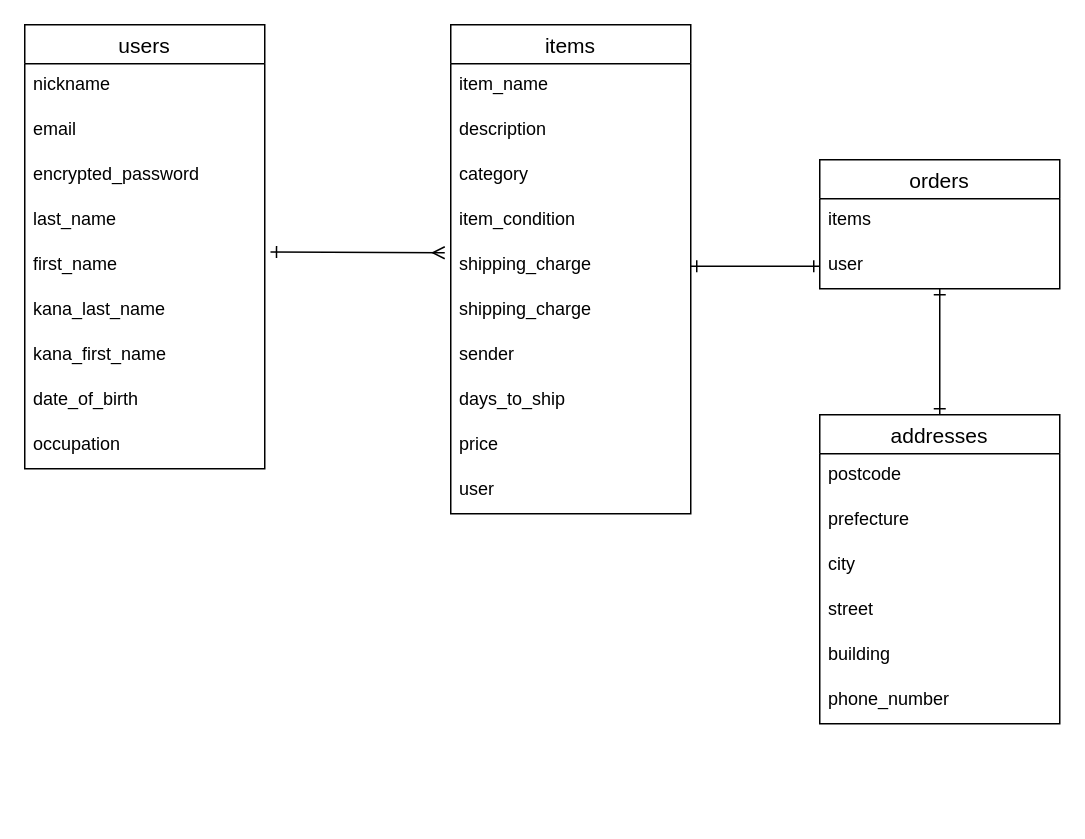
The draw.io diagram furima.dio in HirokoNagaya/furima-37808, before the edit. Source tidied: cells renumbered, new cells numbered last; positions are measured from the earlier drawing's top-left corner, leaving out a move shared by most shapes. Both pictures are drawn from the tidied source at 150%, with x=0, y=0 at pixel (24, 24).
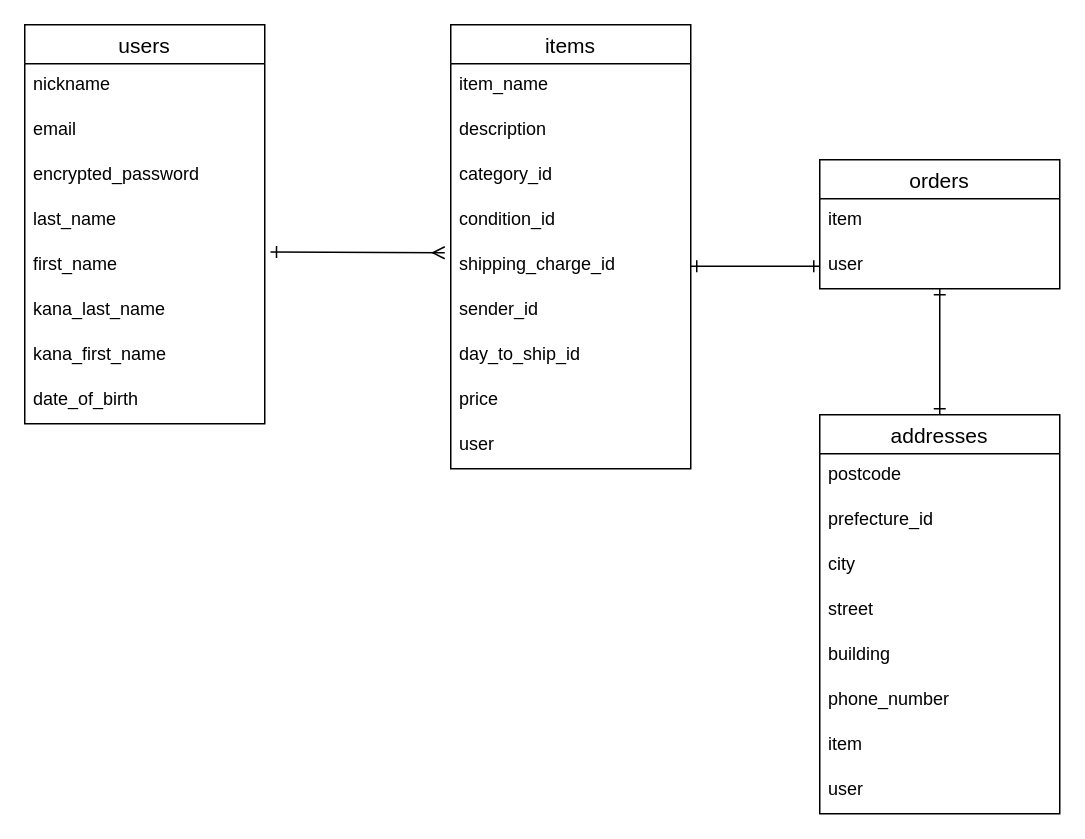
The same page after the edit.

Commit message (it also covers changes not shown here):
ER図修正、README.md修正

Unchanged cells that the change refers to:
```xml
<mxCell id="23" value="orders" style="swimlane;fontStyle=0;horizontal=1;startSize=26;align=center;fontSize=14;" parent="1" vertex="1">
  <mxGeometry x="530" y="90" width="160" height="86" as="geometry" />
</mxCell>
```

Diff of the diagram source:
```diff
@@
     <mxCell id="2" value="users" style="swimlane;fontStyle=0;horizontal=1;startSize=26;align=center;fontSize=14;" parent="1" vertex="1">
-      <mxGeometry width="160" height="296" as="geometry" />
+      <mxGeometry width="160" height="266" as="geometry" />
     </mxCell>
@@
-    <mxCell id="11" value="occupation" style="text;strokeColor=none;fillColor=none;spacingLeft=4;spacingRight=4;overflow=hidden;fontSize=12;" parent="2" vertex="1">
-      <mxGeometry y="266" width="160" height="30" as="geometry" />
-    </mxCell>
     <mxCell id="12" value="items" style="swimlane;fontStyle=0;horizontal=1;startSize=26;align=center;fontSize=14;" parent="1" vertex="1">
-      <mxGeometry x="284" width="160" height="326" as="geometry" />
+      <mxGeometry x="284" width="160" height="296" as="geometry" />
     </mxCell>
@@
-    <mxCell id="15" value="category" style="text;strokeColor=none;fillColor=none;spacingLeft=4;spacingRight=4;overflow=hidden;fontSize=12;" parent="12" vertex="1">
+    <mxCell id="15" value="category_id" style="text;strokeColor=none;fillColor=none;spacingLeft=4;spacingRight=4;overflow=hidden;fontSize=12;" parent="12" vertex="1">
       <mxGeometry y="86" width="160" height="30" as="geometry" />
     </mxCell>
-    <mxCell id="16" value="item_condition" style="text;strokeColor=none;fillColor=none;spacingLeft=4;spacingRight=4;overflow=hidden;fontSize=12;" parent="12" vertex="1">
+    <mxCell id="16" value="condition_id" style="text;strokeColor=none;fillColor=none;spacingLeft=4;spacingRight=4;overflow=hidden;fontSize=12;" parent="12" vertex="1">
       <mxGeometry y="116" width="160" height="30" as="geometry" />
     </mxCell>
-    <mxCell id="17" value="shipping_charge" style="text;strokeColor=none;fillColor=none;spacingLeft=4;spacingRight=4;overflow=hidden;points=[[0,0.5],[1,0.5]];portConstraint=eastwest;fontSize=12;" parent="12" vertex="1">
+    <mxCell id="17" value="shipping_charge_id" style="text;strokeColor=none;fillColor=none;spacingLeft=4;spacingRight=4;overflow=hidden;points=[[0,0.5],[1,0.5]];portConstraint=eastwest;fontSize=12;" parent="12" vertex="1">
       <mxGeometry y="146" width="160" height="30" as="geometry" />
     </mxCell>
-    <mxCell id="18" value="shipping_charge" style="text;strokeColor=none;fillColor=none;spacingLeft=4;spacingRight=4;overflow=hidden;fontSize=12;" parent="12" vertex="1">
-      <mxGeometry y="176" width="160" height="30" as="geometry" />
-    </mxCell>
-    <mxCell id="19" value="sender" style="text;strokeColor=none;fillColor=none;spacingLeft=4;spacingRight=4;overflow=hidden;fontSize=12;" parent="12" vertex="1">
-      <mxGeometry y="206" width="160" height="30" as="geometry" />
+    <mxCell id="19" value="sender_id" style="text;strokeColor=none;fillColor=none;spacingLeft=4;spacingRight=4;overflow=hidden;fontSize=12;" parent="12" vertex="1">
+      <mxGeometry y="176" width="160" height="30" as="geometry" />
     </mxCell>
-    <mxCell id="20" value="days_to_ship" style="text;strokeColor=none;fillColor=none;spacingLeft=4;spacingRight=4;overflow=hidden;fontSize=12;" parent="12" vertex="1">
-      <mxGeometry y="236" width="160" height="30" as="geometry" />
+    <mxCell id="20" value="day_to_ship_id" style="text;strokeColor=none;fillColor=none;spacingLeft=4;spacingRight=4;overflow=hidden;fontSize=12;" parent="12" vertex="1">
+      <mxGeometry y="206" width="160" height="30" as="geometry" />
     </mxCell>
     <mxCell id="21" value="price" style="text;strokeColor=none;fillColor=none;spacingLeft=4;spacingRight=4;overflow=hidden;fontSize=12;" parent="12" vertex="1">
-      <mxGeometry y="266" width="160" height="30" as="geometry" />
+      <mxGeometry y="236" width="160" height="30" as="geometry" />
     </mxCell>
     <mxCell id="22" value="user " style="text;strokeColor=none;fillColor=none;spacingLeft=4;spacingRight=4;overflow=hidden;fontSize=12;" parent="12" vertex="1">
-      <mxGeometry y="296" width="160" height="30" as="geometry" />
+      <mxGeometry y="266" width="160" height="30" as="geometry" />
     </mxCell>
@@
-    <mxCell id="24" value="items" style="text;strokeColor=none;fillColor=none;spacingLeft=4;spacingRight=4;overflow=hidden;fontSize=12;" parent="23" vertex="1">
+    <mxCell id="24" value="item" style="text;strokeColor=none;fillColor=none;spacingLeft=4;spacingRight=4;overflow=hidden;fontSize=12;" parent="23" vertex="1">
       <mxGeometry y="26" width="160" height="30" as="geometry" />
     </mxCell>
@@
     <mxCell id="27" value="addresses" style="swimlane;fontStyle=0;horizontal=1;startSize=26;align=center;fontSize=14;" parent="1" vertex="1">
-      <mxGeometry x="530" y="260" width="160" height="206" as="geometry" />
+      <mxGeometry x="530" y="260" width="160" height="266" as="geometry" />
     </mxCell>
@@
-    <mxCell id="29" value="prefecture" style="text;strokeColor=none;fillColor=none;spacingLeft=4;spacingRight=4;overflow=hidden;fontSize=12;" parent="27" vertex="1">
+    <mxCell id="29" value="prefecture_id" style="text;strokeColor=none;fillColor=none;spacingLeft=4;spacingRight=4;overflow=hidden;fontSize=12;" parent="27" vertex="1">
       <mxGeometry y="56" width="160" height="30" as="geometry" />
     </mxCell>
@@
+    <mxCell id="36" value="street" style="text;strokeColor=none;fillColor=none;spacingLeft=4;spacingRight=4;overflow=hidden;fontSize=12;" parent="27" vertex="1">
+      <mxGeometry y="116" width="160" height="30" as="geometry" />
+    </mxCell>
-    <mxCell id="31" value="street" style="text;strokeColor=none;fillColor=none;spacingLeft=4;spacingRight=4;overflow=hidden;fontSize=12;" parent="27" vertex="1">
-      <mxGeometry y="116" width="160" height="30" as="geometry" />
+    <mxCell id="31" value="building" style="text;strokeColor=none;fillColor=none;spacingLeft=4;spacingRight=4;overflow=hidden;fontSize=12;" parent="27" vertex="1">
+      <mxGeometry y="146" width="160" height="30" as="geometry" />
     </mxCell>
-    <mxCell id="32" value="building" style="text;strokeColor=none;fillColor=none;spacingLeft=4;spacingRight=4;overflow=hidden;fontSize=12;" parent="27" vertex="1">
-      <mxGeometry y="146" width="160" height="30" as="geometry" />
-    </mxCell>
+    <mxCell id="37" value="phone_number" style="text;strokeColor=none;fillColor=none;spacingLeft=4;spacingRight=4;overflow=hidden;fontSize=12;" parent="27" vertex="1">
+      <mxGeometry y="176" width="160" height="30" as="geometry" />
+    </mxCell>
+    <mxCell id="38" value="item" style="text;strokeColor=none;fillColor=none;spacingLeft=4;spacingRight=4;overflow=hidden;fontSize=12;" parent="27" vertex="1">
+      <mxGeometry y="206" width="160" height="30" as="geometry" />
+    </mxCell>
-    <mxCell id="33" value="phone_number" style="text;strokeColor=none;fillColor=none;spacingLeft=4;spacingRight=4;overflow=hidden;fontSize=12;" parent="27" vertex="1">
-      <mxGeometry y="176" width="160" height="30" as="geometry" />
+    <mxCell id="33" value="user" style="text;strokeColor=none;fillColor=none;spacingLeft=4;spacingRight=4;overflow=hidden;fontSize=12;" parent="27" vertex="1">
+      <mxGeometry y="236" width="160" height="30" as="geometry" />
     </mxCell>
```
